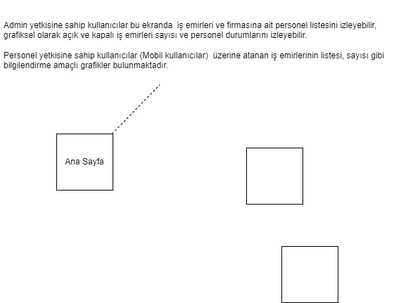
The draw.io diagram Başlıksız Diyagram.drawio.png in YunusEmrahDursun/diagram, before a commit. Source tidied: cells renumbered, new cells last; positions are measured from the earlier drawing's top-left corner, leaving out a move shared by most shapes.
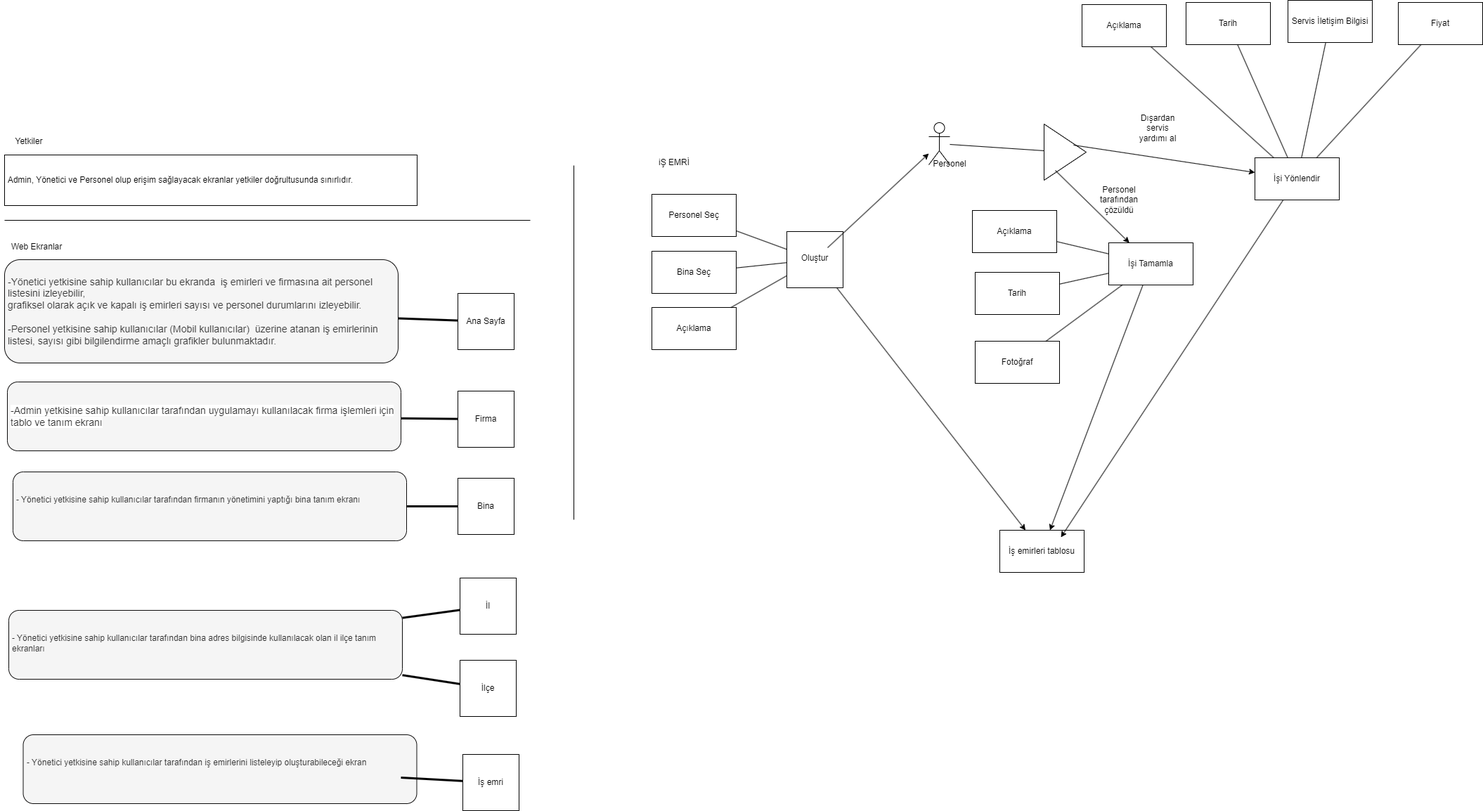
Above is the later version.

Change to the diagram source:
```diff
@@ -3,19 +3,201 @@
     <mxCell id="0" />
     <mxCell id="1" parent="0" />
     <mxCell id="2" value="Ana Sayfa" style="whiteSpace=wrap;html=1;" parent="1" vertex="1">
-      <mxGeometry x="80" y="180" width="80" height="80" as="geometry" />
+      <mxGeometry x="714" y="-11" width="80" height="80" as="geometry" />
     </mxCell>
-    <mxCell id="3" style="whiteSpace=wrap;html=1;" parent="1" vertex="1">
-      <mxGeometry x="350" y="200" width="80" height="80" as="geometry" />
+    <mxCell id="3" value="İl" style="whiteSpace=wrap;html=1;" parent="1" vertex="1">
+      <mxGeometry x="717" y="394" width="80" height="80" as="geometry" />
     </mxCell>
-    <mxCell id="4" style="whiteSpace=wrap;html=1;" parent="1" vertex="1">
-      <mxGeometry x="400" y="340" width="80" height="80" as="geometry" />
+    <mxCell id="4" value="İlçe" style="whiteSpace=wrap;html=1;" parent="1" vertex="1">
+      <mxGeometry x="717" y="511" width="80" height="80" as="geometry" />
     </mxCell>
-    <mxCell id="5" value="&lt;br&gt;&lt;br&gt;Admin yetkisine sahip kullanıcılar bu ekranda&amp;nbsp; iş emirleri ve firmasına ait personel listesini izleyebilir, &lt;br&gt;grafiksel olarak açık ve kapalı iş emirleri sayısı ve personel durumlarını izleyebilir.&lt;br&gt;&lt;br&gt;Personel yetkisine sahip kullanıcılar (Mobil kullanıcılar)&amp;nbsp; üzerine atanan iş emirlerinin listesi, sayısı gibi bilgilendirme amaçlı grafikler bulunmaktadır." style="text;html=1;strokeColor=none;fillColor=none;spacing=5;spacingTop=-20;whiteSpace=wrap;overflow=hidden;rounded=0;" parent="1" vertex="1">
-      <mxGeometry width="560" height="110" as="geometry" />
+    <mxCell id="5" value="&lt;font style=&quot;font-size: 14px;&quot;&gt;&lt;br&gt;&lt;br&gt;-Yönetici yetkisine sahip kullanıcılar bu ekranda&amp;nbsp; iş emirleri ve firmasına ait personel listesini izleyebilir, &lt;br&gt;grafiksel olarak açık ve kapalı iş emirleri sayısı ve personel durumlarını izleyebilir.&lt;br&gt;&lt;br&gt;-Personel yetkisine sahip kullanıcılar (Mobil kullanıcılar)&amp;nbsp; üzerine atanan iş emirlerinin listesi, sayısı gibi bilgilendirme amaçlı grafikler bulunmaktadır.&lt;/font&gt;" style="text;html=1;spacing=5;spacingTop=-20;whiteSpace=wrap;overflow=hidden;rounded=1;fillColor=#f5f5f5;strokeColor=#0d0c0c;fontColor=#333333;fontStyle=0;" parent="1" vertex="1">
+      <mxGeometry x="69" y="-59" width="560" height="147" as="geometry" />
     </mxCell>
-    <mxCell id="6" style="endArrow=none;dashed=1;html=1;rounded=0;" parent="1" edge="1" source="2" target="5">
+    <mxCell id="6" style="endArrow=none;html=1;rounded=0;strokeWidth=3;" parent="1" edge="1" source="2" target="5">
       <mxGeometry relative="1" as="geometry" />
     </mxCell>
+    <mxCell id="7" style="edgeStyle=orthogonalEdgeStyle;rounded=0;jettySize=auto;html=1;exitX=0.75;exitY=1;exitDx=0;exitDy=0;" parent="1" edge="1" source="8">
+      <mxGeometry relative="1" as="geometry">
+        <mxPoint x="774.2" y="208.3" as="targetPoint" />
+      </mxGeometry>
+    </mxCell>
+    <mxCell id="8" value="Firma" style="whiteSpace=wrap;html=1;" parent="1" vertex="1">
+      <mxGeometry x="714" y="128" width="80" height="80" as="geometry" />
+    </mxCell>
+    <mxCell id="9" value="Bina" style="whiteSpace=wrap;html=1;" parent="1" vertex="1">
+      <mxGeometry x="714" y="252" width="80" height="80" as="geometry" />
+    </mxCell>
+    <mxCell id="10" value="&lt;br&gt;&lt;br style=&quot;border-color: var(--border-color); color: rgb(51, 51, 51); font-family: Helvetica; font-size: 14px; font-style: normal; font-variant-ligatures: normal; font-variant-caps: normal; font-weight: 400; letter-spacing: normal; orphans: 2; text-align: left; text-indent: 0px; text-transform: none; widows: 2; word-spacing: 0px; -webkit-text-stroke-width: 0px; background-color: rgb(255, 255, 255); text-decoration-thickness: initial; text-decoration-style: initial; text-decoration-color: initial;&quot;&gt;&lt;br style=&quot;border-color: var(--border-color); color: rgb(51, 51, 51); font-family: Helvetica; font-size: 14px; font-style: normal; font-variant-ligatures: normal; font-variant-caps: normal; font-weight: 400; letter-spacing: normal; orphans: 2; text-align: left; text-indent: 0px; text-transform: none; widows: 2; word-spacing: 0px; -webkit-text-stroke-width: 0px; background-color: rgb(255, 255, 255); text-decoration-thickness: initial; text-decoration-style: initial; text-decoration-color: initial;&quot;&gt;&lt;span style=&quot;color: rgb(51, 51, 51); font-family: Helvetica; font-size: 14px; font-style: normal; font-variant-ligatures: normal; font-variant-caps: normal; font-weight: 400; letter-spacing: normal; orphans: 2; text-align: left; text-indent: 0px; text-transform: none; widows: 2; word-spacing: 0px; -webkit-text-stroke-width: 0px; background-color: rgb(255, 255, 255); text-decoration-thickness: initial; text-decoration-style: initial; text-decoration-color: initial; float: none; display: inline !important;&quot;&gt;-Admin yetkisine sahip kullanıcılar tarafından uygulamayı kullanılacak firma işlemleri için tablo ve tanım ekranı&lt;/span&gt;" style="text;html=1;spacing=5;spacingTop=-20;whiteSpace=wrap;overflow=hidden;rounded=1;fillColor=#f5f5f5;strokeColor=#0d0c0c;fontColor=#333333;fontStyle=0;" parent="1" vertex="1">
+      <mxGeometry x="73" y="115" width="560" height="98" as="geometry" />
+    </mxCell>
+    <mxCell id="11" value="&amp;nbsp;Admin, Yönetici ve Personel olup erişim sağlayacak ekranlar yetkiler doğrultusunda sınırlıdır.&amp;nbsp;" style="rounded=0;whiteSpace=wrap;html=1;align=left;" parent="1" vertex="1">
+      <mxGeometry x="69" y="-208" width="587" height="72" as="geometry" />
+    </mxCell>
+    <mxCell id="12" value="Yetkiler" style="text;html=1;strokeColor=none;fillColor=none;align=center;verticalAlign=middle;whiteSpace=wrap;rounded=0;" parent="1" vertex="1">
+      <mxGeometry x="65" y="-242" width="78" height="30" as="geometry" />
+    </mxCell>
+    <mxCell id="13" style="endArrow=none;html=1;rounded=0;strokeWidth=3;" parent="1" edge="1" source="8" target="10">
+      <mxGeometry relative="1" as="geometry" />
+    </mxCell>
+    <mxCell id="14" value="&lt;br&gt;&lt;br&gt;&lt;br&gt;- Yönetici yetkisine sahip kullanıcılar tarafından firmanın yönetimini yaptığı bina tanım ekranı" style="text;html=1;spacing=5;spacingTop=-20;whiteSpace=wrap;overflow=hidden;rounded=1;fillColor=#f5f5f5;strokeColor=#0d0c0c;fontColor=#333333;fontStyle=0;" parent="1" vertex="1">
+      <mxGeometry x="81" y="243" width="560" height="98" as="geometry" />
+    </mxCell>
+    <mxCell id="15" style="endArrow=none;html=1;rounded=0;strokeWidth=3;" parent="1" edge="1" source="9" target="14">
+      <mxGeometry relative="1" as="geometry" />
+    </mxCell>
+    <mxCell id="16" value="&lt;br&gt;&lt;br&gt;&lt;br&gt;- Yönetici yetkisine sahip kullanıcılar tarafından bina adres bilgisinde kullanılacak olan il ilçe tanım ekranları" style="text;html=1;spacing=5;spacingTop=-20;whiteSpace=wrap;overflow=hidden;rounded=1;fillColor=#f5f5f5;strokeColor=#0d0c0c;fontColor=#333333;fontStyle=0;" parent="1" vertex="1">
+      <mxGeometry x="75" y="440" width="560" height="98" as="geometry" />
+    </mxCell>
+    <mxCell id="17" style="endArrow=none;html=1;rounded=0;strokeWidth=3;" parent="1" edge="1" source="3" target="16">
+      <mxGeometry relative="1" as="geometry" />
+    </mxCell>
+    <mxCell id="18" style="endArrow=none;html=1;rounded=0;strokeWidth=3;" parent="1" edge="1" source="4" target="16">
+      <mxGeometry relative="1" as="geometry" />
+    </mxCell>
+    <mxCell id="19" value="İş emri" style="whiteSpace=wrap;html=1;" parent="1" vertex="1">
+      <mxGeometry x="721" y="645" width="80" height="80" as="geometry" />
+    </mxCell>
+    <mxCell id="20" value="&lt;br&gt;&lt;br&gt;&lt;br&gt;- Yönetici yetkisine sahip kullanıcılar tarafından iş emirlerini listeleyip oluşturabileceği ekran&amp;nbsp;" style="text;html=1;spacing=5;spacingTop=-20;whiteSpace=wrap;overflow=hidden;rounded=1;fillColor=#f5f5f5;strokeColor=#0d0c0c;fontColor=#333333;fontStyle=0;" parent="1" vertex="1">
+      <mxGeometry x="95.5" y="617" width="560" height="98" as="geometry" />
+    </mxCell>
+    <mxCell id="21" style="endArrow=none;html=1;rounded=0;strokeWidth=3;" parent="1" edge="1" source="19">
+      <mxGeometry relative="1" as="geometry">
+        <mxPoint x="633" y="678" as="targetPoint" />
+      </mxGeometry>
+    </mxCell>
+    <mxCell id="22" style="endArrow=none;html=1;rounded=0;" parent="1" edge="1">
+      <mxGeometry relative="1" as="geometry">
+        <mxPoint x="879" y="311" as="sourcePoint" />
+        <mxPoint x="879" y="-193" as="targetPoint" />
+      </mxGeometry>
+    </mxCell>
+    <mxCell id="23" style="whiteSpace=wrap;html=1;" parent="1" vertex="1">
+      <mxGeometry x="1182" y="-99" width="80" height="80" as="geometry" />
+    </mxCell>
+    <mxCell id="24" value="iŞ EMRİ" style="text;html=1;strokeColor=none;fillColor=none;align=center;verticalAlign=middle;whiteSpace=wrap;rounded=0;" parent="1" vertex="1">
+      <mxGeometry x="992" y="-212" width="60" height="30" as="geometry" />
+    </mxCell>
+    <mxCell id="25" style="endArrow=none;html=1;rounded=0;" parent="1" edge="1">
+      <mxGeometry relative="1" as="geometry">
+        <mxPoint x="69" y="-115" as="sourcePoint" />
+        <mxPoint x="817" y="-115" as="targetPoint" />
+      </mxGeometry>
+    </mxCell>
+    <mxCell id="26" value="Web Ekranlar" style="text;html=1;strokeColor=none;fillColor=none;align=center;verticalAlign=middle;whiteSpace=wrap;rounded=0;" parent="1" vertex="1">
+      <mxGeometry x="63" y="-92" width="104" height="30" as="geometry" />
+    </mxCell>
+    <mxCell id="27" value="Oluştur" style="text;html=1;strokeColor=none;fillColor=none;align=center;verticalAlign=middle;whiteSpace=wrap;rounded=0;" parent="1" vertex="1">
+      <mxGeometry x="1192" y="-76" width="60" height="30" as="geometry" />
+    </mxCell>
+    <mxCell id="28" value="Personel Seç" style="rounded=0;whiteSpace=wrap;html=1;" parent="1" vertex="1">
+      <mxGeometry x="990" y="-152" width="120" height="60" as="geometry" />
+    </mxCell>
+    <mxCell id="29" value="Bina Seç" style="rounded=0;whiteSpace=wrap;html=1;" parent="1" vertex="1">
+      <mxGeometry x="990" y="-71" width="120" height="60" as="geometry" />
+    </mxCell>
+    <mxCell id="30" value="Açıklama" style="rounded=0;whiteSpace=wrap;html=1;" parent="1" vertex="1">
+      <mxGeometry x="990" y="9" width="120" height="60" as="geometry" />
+    </mxCell>
+    <mxCell id="31" style="endArrow=none;html=1;rounded=0;" parent="1" edge="1" source="28" target="23">
+      <mxGeometry relative="1" as="geometry" />
+    </mxCell>
+    <mxCell id="32" style="endArrow=none;html=1;rounded=0;" parent="1" edge="1" source="29" target="23">
+      <mxGeometry relative="1" as="geometry" />
+    </mxCell>
+    <mxCell id="33" style="endArrow=none;html=1;rounded=0;" parent="1" edge="1" source="30" target="23">
+      <mxGeometry relative="1" as="geometry" />
+    </mxCell>
+    <mxCell id="34" value="Actor" style="shape=umlActor;verticalLabelPosition=bottom;verticalAlign=top;html=1;outlineConnect=0;fontColor=none;noLabel=1;" parent="1" vertex="1">
+      <mxGeometry x="1384" y="-254" width="30" height="60" as="geometry" />
+    </mxCell>
+    <mxCell id="35" style="endArrow=classic;html=1;rounded=0;" parent="1" edge="1" target="34">
+      <mxGeometry relative="1" as="geometry">
+        <mxPoint x="1240" y="-76" as="sourcePoint" />
+      </mxGeometry>
+    </mxCell>
+    <mxCell id="36" value="Personel" style="text;html=1;strokeColor=none;fillColor=none;align=center;verticalAlign=middle;whiteSpace=wrap;rounded=0;" parent="1" vertex="1">
+      <mxGeometry x="1384" y="-210" width="60" height="30" as="geometry" />
+    </mxCell>
+    <mxCell id="37" value="İş emirleri tablosu" style="rounded=0;whiteSpace=wrap;html=1;" parent="1" vertex="1">
+      <mxGeometry x="1485" y="326" width="120" height="60" as="geometry" />
+    </mxCell>
+    <mxCell id="38" style="endArrow=classic;html=1;rounded=0;" parent="1" edge="1" source="23" target="37">
+      <mxGeometry relative="1" as="geometry" />
+    </mxCell>
+    <mxCell id="39" style="triangle;whiteSpace=wrap;html=1;" parent="1" vertex="1">
+      <mxGeometry x="1548" y="-252" width="60" height="80" as="geometry" />
+    </mxCell>
+    <mxCell id="40" style="endArrow=none;html=1;rounded=0;" parent="1" edge="1" source="34" target="39">
+      <mxGeometry relative="1" as="geometry" />
+    </mxCell>
+    <mxCell id="41" value="İşi Tamamla" style="rounded=0;whiteSpace=wrap;html=1;" parent="1" vertex="1">
+      <mxGeometry x="1640" y="-83" width="120" height="60" as="geometry" />
+    </mxCell>
+    <mxCell id="42" value="Personel tarafından çözüldü" style="text;html=1;strokeColor=none;fillColor=none;align=center;verticalAlign=middle;whiteSpace=wrap;rounded=0;" parent="1" vertex="1">
+      <mxGeometry x="1625" y="-159" width="60" height="30" as="geometry" />
+    </mxCell>
+    <mxCell id="43" style="endArrow=classic;html=1;rounded=0;exitX=0.7;exitY=0.375;exitDx=0;exitDy=0;exitPerimeter=0;" parent="1" edge="1" source="39" target="51">
+      <mxGeometry relative="1" as="geometry" />
+    </mxCell>
+    <mxCell id="44" style="endArrow=classic;html=1;rounded=0;exitX=0.267;exitY=0.825;exitDx=0;exitDy=0;exitPerimeter=0;" parent="1" edge="1" source="39" target="41">
+      <mxGeometry relative="1" as="geometry" />
+    </mxCell>
+    <mxCell id="45" value="Açıklama" style="rounded=0;whiteSpace=wrap;html=1;" parent="1" vertex="1">
+      <mxGeometry x="1446" y="-129" width="120" height="60" as="geometry" />
+    </mxCell>
+    <mxCell id="46" value="Tarih" style="rounded=0;whiteSpace=wrap;html=1;" parent="1" vertex="1">
+      <mxGeometry x="1450" y="-41" width="120" height="60" as="geometry" />
+    </mxCell>
+    <mxCell id="47" value="Fotoğraf" style="rounded=0;whiteSpace=wrap;html=1;" parent="1" vertex="1">
+      <mxGeometry x="1450" y="57" width="120" height="60" as="geometry" />
+    </mxCell>
+    <mxCell id="48" style="endArrow=none;html=1;rounded=0;" parent="1" edge="1" source="45" target="41">
+      <mxGeometry relative="1" as="geometry" />
+    </mxCell>
+    <mxCell id="49" style="endArrow=none;html=1;rounded=0;" parent="1" edge="1" source="46" target="41">
+      <mxGeometry relative="1" as="geometry" />
+    </mxCell>
+    <mxCell id="50" style="endArrow=none;html=1;rounded=0;" parent="1" edge="1" source="47" target="41">
+      <mxGeometry relative="1" as="geometry" />
+    </mxCell>
+    <mxCell id="51" value="İşi Yönlendir" style="rounded=0;whiteSpace=wrap;html=1;" parent="1" vertex="1">
+      <mxGeometry x="1848" y="-204" width="120" height="60" as="geometry" />
+    </mxCell>
+    <mxCell id="52" value="Dışardan servis yardımı al" style="text;html=1;strokeColor=none;fillColor=none;align=center;verticalAlign=middle;whiteSpace=wrap;rounded=0;" parent="1" vertex="1">
+      <mxGeometry x="1680" y="-261" width="60" height="30" as="geometry" />
+    </mxCell>
+    <mxCell id="53" value="Açıklama" style="rounded=0;whiteSpace=wrap;html=1;" parent="1" vertex="1">
+      <mxGeometry x="1602" y="-422" width="120" height="60" as="geometry" />
+    </mxCell>
+    <mxCell id="54" value="Tarih" style="rounded=0;whiteSpace=wrap;html=1;" parent="1" vertex="1">
+      <mxGeometry x="1750" y="-425" width="120" height="60" as="geometry" />
+    </mxCell>
+    <mxCell id="55" value="Servis İletişim Bilgisi" style="rounded=0;whiteSpace=wrap;html=1;" parent="1" vertex="1">
+      <mxGeometry x="1895" y="-428" width="120" height="60" as="geometry" />
+    </mxCell>
+    <mxCell id="56" value="Fiyat" style="rounded=0;whiteSpace=wrap;html=1;" parent="1" vertex="1">
+      <mxGeometry x="2052" y="-425" width="120" height="60" as="geometry" />
+    </mxCell>
+    <mxCell id="57" style="endArrow=none;html=1;rounded=0;exitX=0.817;exitY=1;exitDx=0;exitDy=0;exitPerimeter=0;" parent="1" edge="1" source="53" target="51">
+      <mxGeometry relative="1" as="geometry" />
+    </mxCell>
+    <mxCell id="58" style="endArrow=none;html=1;rounded=0;" parent="1" edge="1" source="55" target="51">
+      <mxGeometry relative="1" as="geometry" />
+    </mxCell>
+    <mxCell id="59" style="endArrow=none;html=1;rounded=0;" parent="1" edge="1" source="56" target="51">
+      <mxGeometry relative="1" as="geometry" />
+    </mxCell>
+    <mxCell id="60" style="endArrow=none;html=1;rounded=0;" parent="1" edge="1" source="54" target="51">
+      <mxGeometry relative="1" as="geometry" />
+    </mxCell>
+    <mxCell id="61" style="endArrow=classic;html=1;rounded=0;" parent="1" edge="1" source="41" target="37">
+      <mxGeometry relative="1" as="geometry" />
+    </mxCell>
+    <mxCell id="62" style="endArrow=classic;html=1;rounded=0;" parent="1" edge="1" source="51">
+      <mxGeometry relative="1" as="geometry">
+        <mxPoint x="1572" y="336" as="targetPoint" />
+      </mxGeometry>
+    </mxCell>
   </root>
 </mxGraphModel>
```
